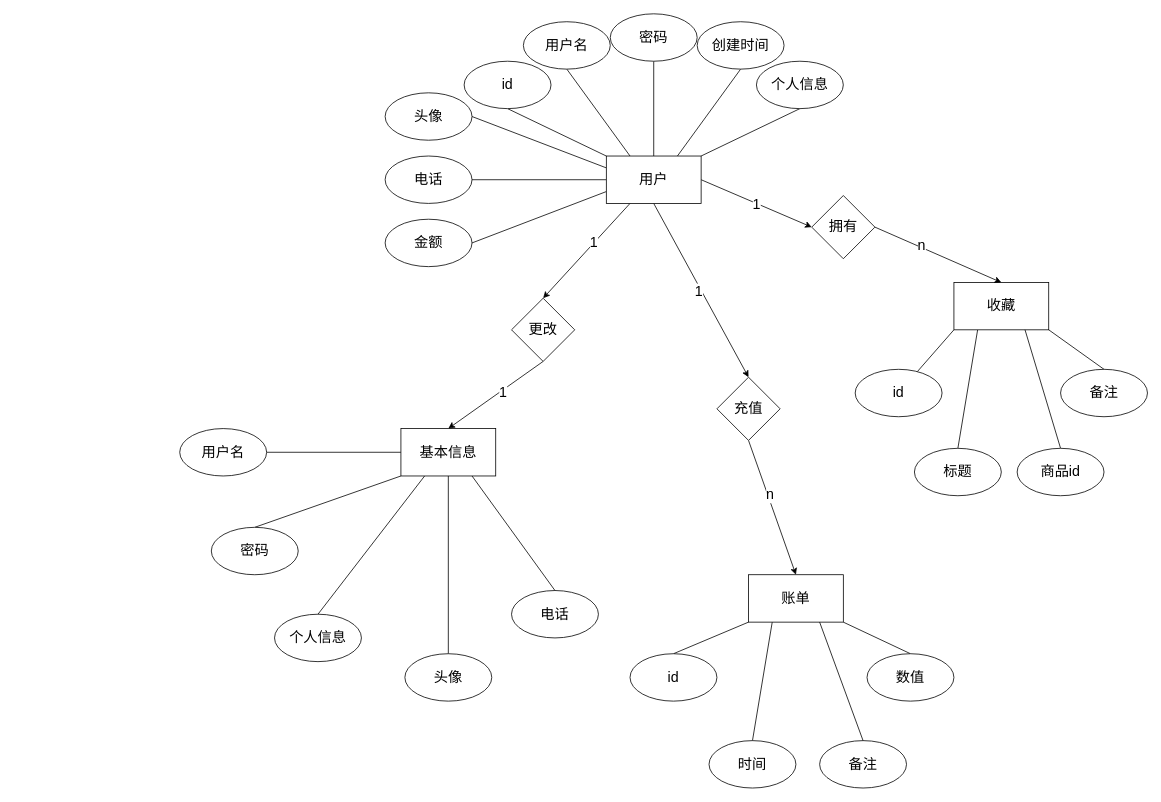
This is 金融/用户管理.drawio from eamonyuuzen/diagrams, a draw.io file, before an edit. Source tidied: cells renumbered, new cells numbered last; positions are measured from the earlier drawing's top-left corner, leaving out a move shared by most shapes. Both pictures are drawn from the tidied source at 79%, with x=0, y=0 at pixel (179, 13).
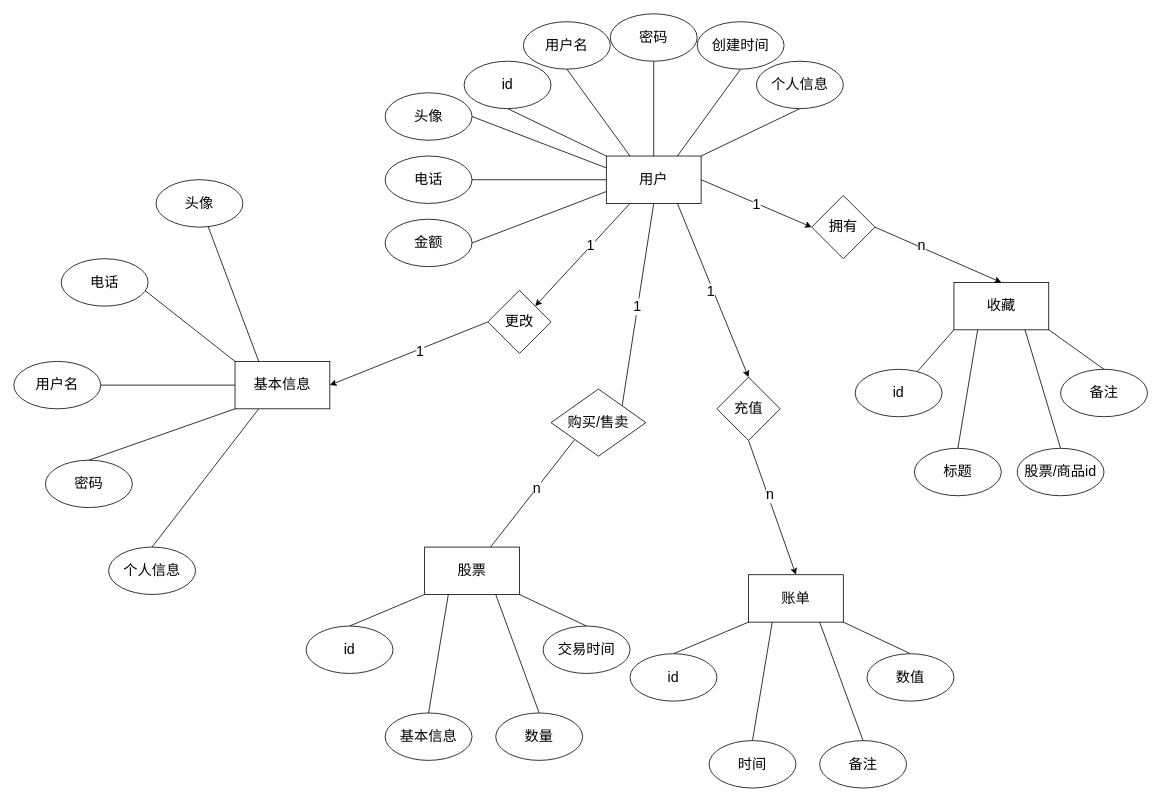
The same page after the edit.

Commit message (it also covers changes not shown here):
更新用户管理.drawio

Unchanged cells that the change refers to:
```xml
<mxCell id="16" value="用户" style="rounded=0;whiteSpace=wrap;html=1;fontStyle=0;fontSize=18;" parent="1" vertex="1">
  <mxGeometry x="540" y="180" width="120" height="60" as="geometry" />
</mxCell>
<mxCell id="34" value="收藏" style="rounded=0;whiteSpace=wrap;html=1;fontStyle=0;fontSize=18;" parent="1" vertex="1">
  <mxGeometry x="980" y="340" width="120" height="60" as="geometry" />
</mxCell>
<mxCell id="38" value="账单" style="rounded=0;whiteSpace=wrap;html=1;fontStyle=0;fontSize=18;" parent="1" vertex="1">
  <mxGeometry x="720" y="710" width="120" height="60" as="geometry" />
</mxCell>
<mxCell id="41" value="充值" style="rhombus;whiteSpace=wrap;html=1;fontSize=18;" parent="1" vertex="1">
  <mxGeometry x="680" y="460" width="80" height="80" as="geometry" />
</mxCell>
<mxCell id="50" value="标题" style="ellipse;whiteSpace=wrap;html=1;fontStyle=0;fontSize=18;" parent="1" vertex="1">
  <mxGeometry x="930" y="550" width="110" height="60" as="geometry" />
</mxCell>
<mxCell id="51" value="时间" style="ellipse;whiteSpace=wrap;html=1;fontStyle=0;fontSize=18;" parent="1" vertex="1">
  <mxGeometry x="670" y="920" width="110" height="60" as="geometry" />
</mxCell>
<mxCell id="52" value="id" style="ellipse;whiteSpace=wrap;html=1;fontStyle=0;fontSize=18;" parent="1" vertex="1">
  <mxGeometry x="570" y="810" width="110" height="60" as="geometry" />
</mxCell>
<mxCell id="54" value="id" style="ellipse;whiteSpace=wrap;html=1;fontStyle=0;fontSize=18;" parent="1" vertex="1">
  <mxGeometry x="855" y="450" width="110" height="60" as="geometry" />
</mxCell>
<mxCell id="55" value="备注" style="ellipse;whiteSpace=wrap;html=1;fontStyle=0;fontSize=18;" parent="1" vertex="1">
  <mxGeometry x="1115" y="450" width="110" height="60" as="geometry" />
</mxCell>
<mxCell id="57" value="数值" style="ellipse;whiteSpace=wrap;html=1;fontStyle=0;fontSize=18;" parent="1" vertex="1">
  <mxGeometry x="870" y="810" width="110" height="60" as="geometry" />
</mxCell>
<mxCell id="59" value="备注" style="ellipse;whiteSpace=wrap;html=1;fontStyle=0;fontSize=18;" parent="1" vertex="1">
  <mxGeometry x="810" y="920" width="110" height="60" as="geometry" />
</mxCell>
```

What changed in the source:
```diff
@@
-    <mxCell id="12" style="rounded=0;jettySize=auto;html=1;exitX=0.5;exitY=1;exitDx=0;exitDy=0;entryX=0.5;entryY=0;entryDx=0;entryDy=0;fontSize=18;" parent="1" edge="1" source="16" target="41">
+    <mxCell id="12" style="rounded=0;jettySize=auto;html=1;entryX=0.5;entryY=0;entryDx=0;entryDy=0;fontSize=18;exitX=0.75;exitY=1;exitDx=0;exitDy=0;" parent="1" edge="1" source="16" target="41">
       <mxGeometry relative="1" as="geometry" />
     </mxCell>
@@
-    <mxCell id="14" style="rounded=0;jettySize=auto;html=1;exitX=0.25;exitY=1;exitDx=0;exitDy=0;entryX=0.5;entryY=0;entryDx=0;entryDy=0;fontSize=18;" parent="1" edge="1" source="16" target="44">
+    <mxCell id="14" style="rounded=0;jettySize=auto;html=1;exitX=0.25;exitY=1;exitDx=0;exitDy=0;entryX=1;entryY=0;entryDx=0;entryDy=0;fontSize=18;" parent="1" edge="1" source="16" target="44">
       <mxGeometry relative="1" as="geometry" />
     </mxCell>
@@
+    <mxCell id="63" style="rounded=0;jettySize=auto;html=1;exitX=0.5;exitY=1;exitDx=0;exitDy=0;entryX=1;entryY=0;entryDx=0;entryDy=0;endArrow=none;endFill=0;fontSize=18;" parent="1" edge="1" source="16" target="76">
+      <mxGeometry relative="1" as="geometry" />
+    </mxCell>
+    <mxCell id="64" value="1" style="edgeLabel;html=1;align=center;verticalAlign=middle;fontSize=18;" parent="63" vertex="1">
+      <mxGeometry x="0.02" y="-1" relative="1" as="geometry" />
+    </mxCell>
@@
-    <mxCell id="28" style="rounded=0;jettySize=auto;html=1;exitX=0.5;exitY=1;exitDx=0;exitDy=0;endArrow=none;endFill=0;" parent="1" edge="1" source="30" target="56">
+    <mxCell id="28" style="rounded=0;jettySize=auto;html=1;exitX=0.25;exitY=0;exitDx=0;exitDy=0;endArrow=none;endFill=0;fontSize=18;" parent="1" edge="1" source="30" target="56">
       <mxGeometry relative="1" as="geometry" />
     </mxCell>
-    <mxCell id="29" style="rounded=0;jettySize=auto;html=1;exitX=0.75;exitY=1;exitDx=0;exitDy=0;entryX=0.5;entryY=0;entryDx=0;entryDy=0;endArrow=none;endFill=0;" parent="1" edge="1" source="30" target="58">
+    <mxCell id="29" style="rounded=0;jettySize=auto;html=1;exitX=0;exitY=0;exitDx=0;exitDy=0;entryX=0.5;entryY=0;entryDx=0;entryDy=0;endArrow=none;endFill=0;" parent="1" edge="1" source="30" target="58">
       <mxGeometry relative="1" as="geometry" />
     </mxCell>
     <mxCell id="30" value="基本信息" style="rounded=0;whiteSpace=wrap;html=1;fontStyle=0;fontSize=18;" parent="1" vertex="1">
-      <mxGeometry x="280" y="525" width="120" height="60" as="geometry" />
+      <mxGeometry x="70" y="440" width="120" height="60" as="geometry" />
     </mxCell>
-    <mxCell id="31" style="rounded=0;jettySize=auto;html=1;exitX=0;exitY=1;exitDx=0;exitDy=0;endArrow=none;endFill=0;" parent="1" edge="1" source="34" target="54">
+    <mxCell id="31" style="rounded=0;jettySize=auto;html=1;exitX=0;exitY=1;exitDx=0;exitDy=0;endArrow=none;endFill=0;fontSize=18;" parent="1" edge="1" source="34" target="54">
       <mxGeometry relative="1" as="geometry" />
     </mxCell>
-    <mxCell id="32" style="rounded=0;jettySize=auto;html=1;exitX=0.25;exitY=1;exitDx=0;exitDy=0;entryX=0.5;entryY=0;entryDx=0;entryDy=0;endArrow=none;endFill=0;" parent="1" edge="1" source="34" target="50">
+    <mxCell id="32" style="rounded=0;jettySize=auto;html=1;exitX=0.25;exitY=1;exitDx=0;exitDy=0;entryX=0.5;entryY=0;entryDx=0;entryDy=0;endArrow=none;endFill=0;fontSize=18;" parent="1" edge="1" source="34" target="50">
       <mxGeometry relative="1" as="geometry" />
     </mxCell>
-    <mxCell id="33" style="rounded=0;jettySize=auto;html=1;exitX=1;exitY=1;exitDx=0;exitDy=0;entryX=0.5;entryY=0;entryDx=0;entryDy=0;endArrow=none;endFill=0;" parent="1" edge="1" source="34" target="55">
+    <mxCell id="33" style="rounded=0;jettySize=auto;html=1;exitX=1;exitY=1;exitDx=0;exitDy=0;entryX=0.5;entryY=0;entryDx=0;entryDy=0;endArrow=none;endFill=0;fontSize=18;" parent="1" edge="1" source="34" target="55">
       <mxGeometry relative="1" as="geometry" />
     </mxCell>
@@
-    <mxCell id="35" style="rounded=0;jettySize=auto;html=1;exitX=0;exitY=1;exitDx=0;exitDy=0;entryX=0.5;entryY=0;entryDx=0;entryDy=0;endArrow=none;endFill=0;" parent="1" edge="1" source="38" target="52">
+    <mxCell id="35" style="rounded=0;jettySize=auto;html=1;exitX=0;exitY=1;exitDx=0;exitDy=0;entryX=0.5;entryY=0;entryDx=0;entryDy=0;endArrow=none;endFill=0;fontSize=18;" parent="1" edge="1" source="38" target="52">
       <mxGeometry relative="1" as="geometry" />
     </mxCell>
-    <mxCell id="36" style="rounded=0;jettySize=auto;html=1;exitX=0.25;exitY=1;exitDx=0;exitDy=0;entryX=0.5;entryY=0;entryDx=0;entryDy=0;endArrow=none;endFill=0;" parent="1" edge="1" source="38" target="51">
+    <mxCell id="36" style="rounded=0;jettySize=auto;html=1;exitX=0.25;exitY=1;exitDx=0;exitDy=0;entryX=0.5;entryY=0;entryDx=0;entryDy=0;endArrow=none;endFill=0;fontSize=18;" parent="1" edge="1" source="38" target="51">
       <mxGeometry relative="1" as="geometry" />
     </mxCell>
-    <mxCell id="37" style="rounded=0;jettySize=auto;html=1;exitX=1;exitY=1;exitDx=0;exitDy=0;entryX=0.5;entryY=0;entryDx=0;entryDy=0;endArrow=none;endFill=0;" parent="1" edge="1" source="38" target="57">
+    <mxCell id="37" style="rounded=0;jettySize=auto;html=1;exitX=1;exitY=1;exitDx=0;exitDy=0;entryX=0.5;entryY=0;entryDx=0;entryDy=0;endArrow=none;endFill=0;fontSize=18;" parent="1" edge="1" source="38" target="57">
       <mxGeometry relative="1" as="geometry" />
     </mxCell>
@@
-    <mxCell id="42" style="rounded=0;jettySize=auto;html=1;exitX=0.5;exitY=1;exitDx=0;exitDy=0;entryX=0.5;entryY=0;entryDx=0;entryDy=0;fontSize=18;" parent="1" edge="1" source="44" target="30">
+    <mxCell id="42" style="rounded=0;jettySize=auto;html=1;exitX=0;exitY=0.5;exitDx=0;exitDy=0;entryX=1;entryY=0.5;entryDx=0;entryDy=0;fontSize=18;" parent="1" edge="1" source="44" target="30">
       <mxGeometry relative="1" as="geometry" />
     </mxCell>
@@
     <mxCell id="44" value="更改" style="rhombus;whiteSpace=wrap;html=1;fontSize=18;" parent="1" vertex="1">
-      <mxGeometry x="420" y="360" width="80" height="80" as="geometry" />
+      <mxGeometry x="390" y="350" width="80" height="80" as="geometry" />
     </mxCell>
@@
     <mxCell id="48" value="密码" style="ellipse;whiteSpace=wrap;html=1;fontStyle=0;fontSize=18;" parent="1" vertex="1">
-      <mxGeometry x="40" y="650" width="110" height="60" as="geometry" />
+      <mxGeometry x="-170" y="565" width="110" height="60" as="geometry" />
     </mxCell>
     <mxCell id="49" value="个人信息" style="ellipse;whiteSpace=wrap;html=1;fontStyle=0;fontSize=18;" parent="1" vertex="1">
-      <mxGeometry x="120" y="760" width="110" height="60" as="geometry" />
+      <mxGeometry x="-90" y="675" width="110" height="60" as="geometry" />
     </mxCell>
@@
     <mxCell id="53" value="用户名" style="ellipse;whiteSpace=wrap;html=1;fontStyle=0;fontSize=18;" parent="1" vertex="1">
-      <mxGeometry y="525" width="110" height="60" as="geometry" />
+      <mxGeometry x="-210" y="440" width="110" height="60" as="geometry" />
     </mxCell>
@@
     <mxCell id="56" value="头像" style="ellipse;whiteSpace=wrap;html=1;fontStyle=0;fontSize=18;" parent="1" vertex="1">
-      <mxGeometry x="285" y="810" width="110" height="60" as="geometry" />
+      <mxGeometry x="-30" y="210" width="110" height="60" as="geometry" />
     </mxCell>
@@
     <mxCell id="58" value="电话" style="ellipse;whiteSpace=wrap;html=1;fontStyle=0;fontSize=18;" parent="1" vertex="1">
-      <mxGeometry x="420" y="730" width="110" height="60" as="geometry" />
+      <mxGeometry x="-150" y="310" width="110" height="60" as="geometry" />
     </mxCell>
@@
-    <mxCell id="60" style="rounded=0;jettySize=auto;html=1;exitX=0.75;exitY=1;exitDx=0;exitDy=0;entryX=0.5;entryY=0;entryDx=0;entryDy=0;endArrow=none;endFill=0;" parent="1" edge="1" source="38" target="59">
+    <mxCell id="60" style="rounded=0;jettySize=auto;html=1;exitX=0.75;exitY=1;exitDx=0;exitDy=0;entryX=0.5;entryY=0;entryDx=0;entryDy=0;endArrow=none;endFill=0;fontSize=18;" parent="1" edge="1" source="38" target="59">
       <mxGeometry relative="1" as="geometry" />
     </mxCell>
-    <mxCell id="61" style="rounded=0;jettySize=auto;html=1;exitX=0.75;exitY=1;exitDx=0;exitDy=0;entryX=0.5;entryY=0;entryDx=0;entryDy=0;endArrow=none;endFill=0;" parent="1" edge="1" source="34" target="62">
+    <mxCell id="61" style="rounded=0;jettySize=auto;html=1;exitX=0.75;exitY=1;exitDx=0;exitDy=0;entryX=0.5;entryY=0;entryDx=0;entryDy=0;endArrow=none;endFill=0;fontSize=18;" parent="1" edge="1" source="34" target="62">
       <mxGeometry relative="1" as="geometry" />
     </mxCell>
-    <mxCell id="62" value="商品id" style="ellipse;whiteSpace=wrap;html=1;fontStyle=0;fontSize=18;" parent="1" vertex="1">
+    <mxCell id="62" value="股票/商品id" style="ellipse;whiteSpace=wrap;html=1;fontStyle=0;fontSize=18;" parent="1" vertex="1">
       <mxGeometry x="1060" y="550" width="110" height="60" as="geometry" />
     </mxCell>
+    <mxCell id="65" style="rounded=0;jettySize=auto;html=1;exitX=0;exitY=1;exitDx=0;exitDy=0;entryX=0.5;entryY=0;entryDx=0;entryDy=0;endArrow=none;endFill=0;fontSize=18;" parent="1" edge="1" source="68" target="70">
+      <mxGeometry relative="1" as="geometry" />
+    </mxCell>
+    <mxCell id="66" style="rounded=0;jettySize=auto;html=1;exitX=0.25;exitY=1;exitDx=0;exitDy=0;entryX=0.5;entryY=0;entryDx=0;entryDy=0;endArrow=none;endFill=0;fontSize=18;" parent="1" edge="1" source="68" target="69">
+      <mxGeometry relative="1" as="geometry" />
+    </mxCell>
+    <mxCell id="67" style="rounded=0;jettySize=auto;html=1;exitX=1;exitY=1;exitDx=0;exitDy=0;entryX=0.5;entryY=0;entryDx=0;entryDy=0;endArrow=none;endFill=0;fontSize=18;" parent="1" edge="1" source="68" target="71">
+      <mxGeometry relative="1" as="geometry" />
+    </mxCell>
+    <mxCell id="68" value="股票" style="rounded=0;whiteSpace=wrap;html=1;fontStyle=0;fontSize=18;" parent="1" vertex="1">
+      <mxGeometry x="310" y="675" width="120" height="60" as="geometry" />
+    </mxCell>
+    <mxCell id="69" value="基本信息" style="ellipse;whiteSpace=wrap;html=1;fontStyle=0;fontSize=18;" parent="1" vertex="1">
+      <mxGeometry x="260" y="885" width="110" height="60" as="geometry" />
+    </mxCell>
+    <mxCell id="70" value="id" style="ellipse;whiteSpace=wrap;html=1;fontStyle=0;fontSize=18;" parent="1" vertex="1">
+      <mxGeometry x="160" y="775" width="110" height="60" as="geometry" />
+    </mxCell>
+    <mxCell id="71" value="交易时间" style="ellipse;whiteSpace=wrap;html=1;fontStyle=0;fontSize=18;" parent="1" vertex="1">
+      <mxGeometry x="460" y="775" width="110" height="60" as="geometry" />
+    </mxCell>
+    <mxCell id="72" value="数量" style="ellipse;whiteSpace=wrap;html=1;fontStyle=0;fontSize=18;" parent="1" vertex="1">
+      <mxGeometry x="400" y="885" width="110" height="60" as="geometry" />
+    </mxCell>
+    <mxCell id="73" style="rounded=0;jettySize=auto;html=1;exitX=0.75;exitY=1;exitDx=0;exitDy=0;entryX=0.5;entryY=0;entryDx=0;entryDy=0;endArrow=none;endFill=0;fontSize=18;" parent="1" edge="1" source="68" target="72">
+      <mxGeometry relative="1" as="geometry" />
+    </mxCell>
+    <mxCell id="74" style="rounded=0;jettySize=auto;html=1;exitX=0;exitY=1;exitDx=0;exitDy=0;endArrow=none;endFill=0;fontSize=18;" parent="1" edge="1" source="76" target="68">
+      <mxGeometry relative="1" as="geometry" />
+    </mxCell>
+    <mxCell id="75" value="n" style="edgeLabel;html=1;align=center;verticalAlign=middle;fontSize=18;" parent="74" vertex="1">
+      <mxGeometry x="-0.09" relative="1" as="geometry" />
+    </mxCell>
+    <mxCell id="76" value="购买/售卖" style="rhombus;whiteSpace=wrap;html=1;fontSize=18;" parent="1" vertex="1">
+      <mxGeometry x="470" y="475" width="120" height="85" as="geometry" />
+    </mxCell>
```
